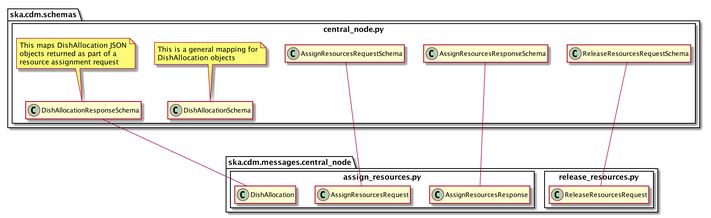
ska-telescope/cdm-shared-library keeps this PlantUML diagram as docs/src/developer/schema_cn.png. Above is the earlier version.
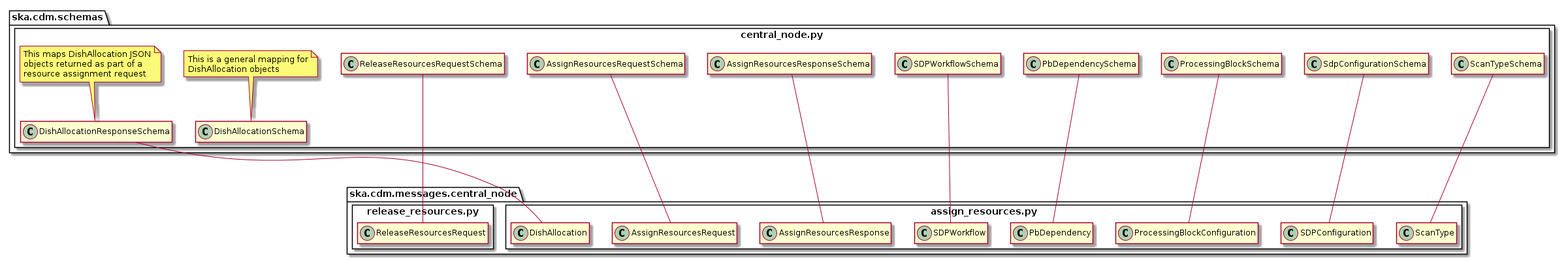
After the change.

Commit message:
Docs: updating schema diagrams for TMC CentralNode and TMCSubArrayNode in Developer Documentation

The edit, as a diff of the source:
```diff
@@ -5,9 +5,13 @@
 
 package ska.cdm.schemas {
 	package central_node.py <<Rectangle>> {
+		class ReleaseResourcesRequestSchema
 		class AssignResourcesRequestSchema
 		class AssignResourcesResponseSchema
-		class ReleaseResourcesRequestSchema
+        class SDPWorkflowSchema
+        class PbDependencySchema
+        class ProcessingBlockSchema
+        class SdpConfigurationSchema
 
 		class DishAllocationSchema
 		note top of DishAllocationSchema
@@ -21,14 +25,21 @@
 			objects returned as part of a
 			resource assignment request
 		end note
+
+        class ScanTypeSchema
 	}
 }
 
 package ska.cdm.messages.central_node {
 	package assign_resources.py <<Rectangle>> {
-		class DishAllocation
 		class AssignResourcesRequest
 		class AssignResourcesResponse
+		class DishAllocation
+        class ScanType
+        class SDPWorkflow
+        class PbDependency
+        class ProcessingBlockConfiguration
+        class SDPConfiguration
 	}
 
 	package release_resources.py <<Rectangle>> {
@@ -40,5 +51,12 @@
 AssignResourcesRequestSchema --- AssignResourcesRequest
 AssignResourcesResponseSchema --- AssignResourcesResponse
 ReleaseResourcesRequestSchema --- ReleaseResourcesRequest
+ScanTypeSchema --- ScanType
+SDPWorkflowSchema --- SDPWorkflow
+PbDependencySchema --- PbDependency
+ProcessingBlockSchema --- ProcessingBlockConfiguration
+SdpConfigurationSchema --- SDPConfiguration
+
+
 
 @enduml
```
